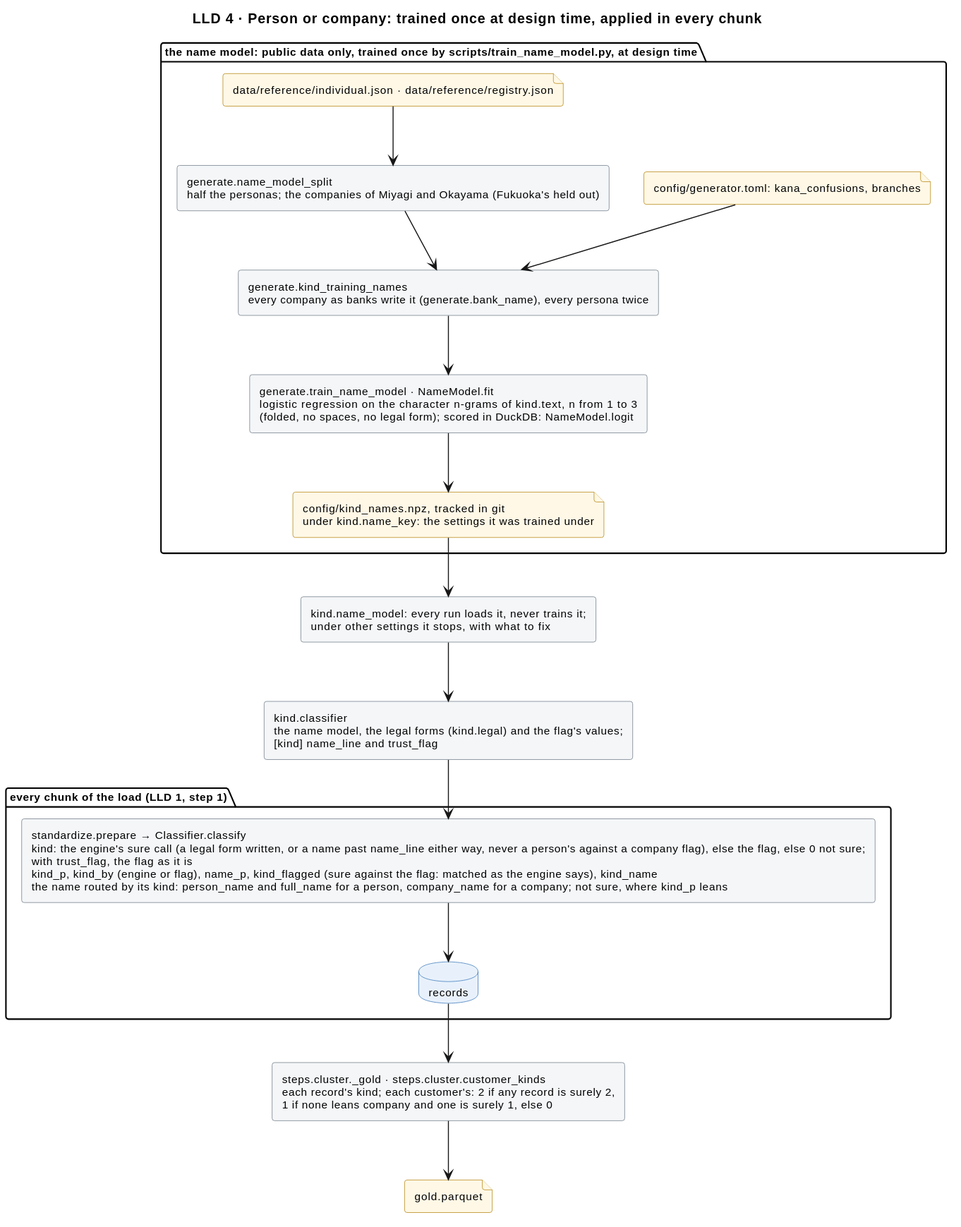
This is docs/diagrams/kind.svg from mvsbm/entity_matching, a PlantUML export, as it was before one commit.
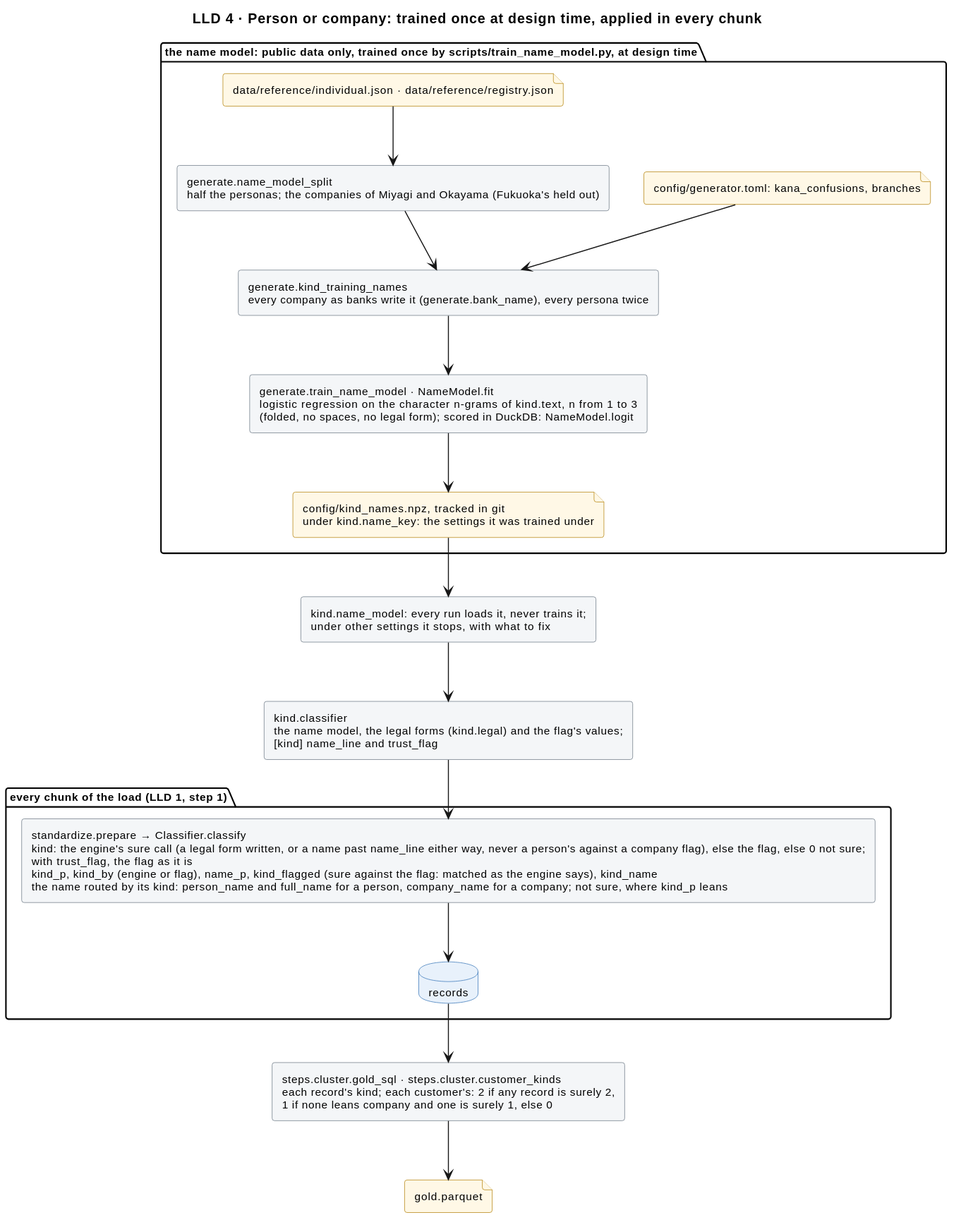
Above is the later version.

The edit, as a diff of the source:
```diff
@@ -31,7 +31,7 @@
   database "records" as records
 }
 
-rectangle "steps.cluster._gold · steps.cluster.customer_kinds\neach record's kind; each customer's: 2 if any record is surely 2,\n1 if none leans company and one is surely 1, else 0" as gold
+rectangle "steps.cluster.gold_sql · steps.cluster.customer_kinds\neach record's kind; each customer's: 2 if any record is surely 2,\n1 if none leans company and one is surely 1, else 0" as gold
 file "gold.parquet" as f_gold
 
 f_ref --> split
```
